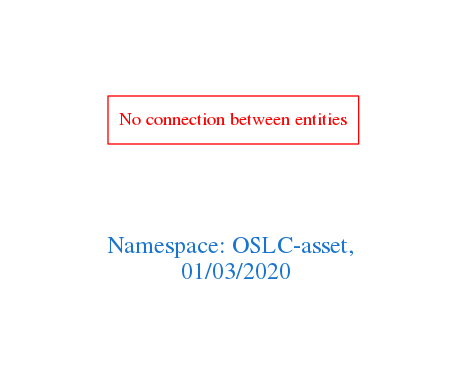
Earlier version of the Graphviz export downloads/OSLC-asset.png (arago/OGIT). Its source is kept beside it as downloads/OSLC-asset.dot.
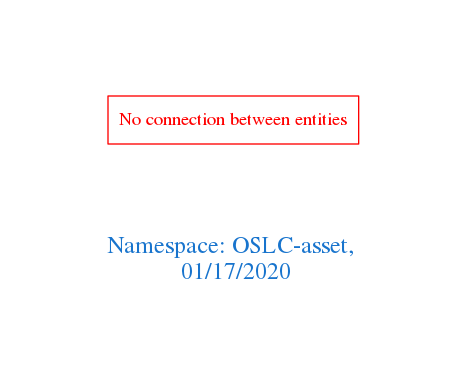
Above is the later version.

The edit, as a diff of the source:
```diff
@@ -1,7 +1,7 @@
 digraph OGIT_ontology {
  graph [ rankdir= LR,pad=1
 fontsize = 18,
-fontcolor= dodgerblue3,label = "\n\n\nNamespace: OSLC-asset, \n 01/03/2020"];
+fontcolor= dodgerblue3,label = "\n\n\nNamespace: OSLC-asset, \n 01/17/2020"];
 node[shape=polygon];
 edge [  color="gray81"];
 
```
